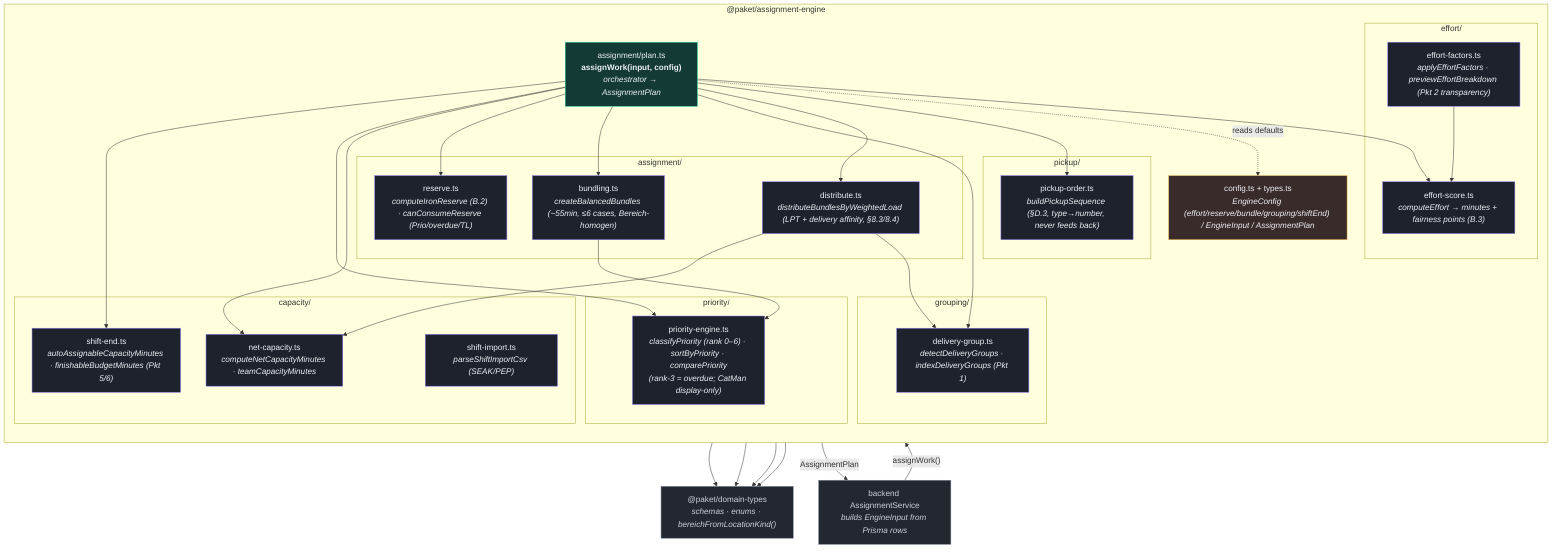
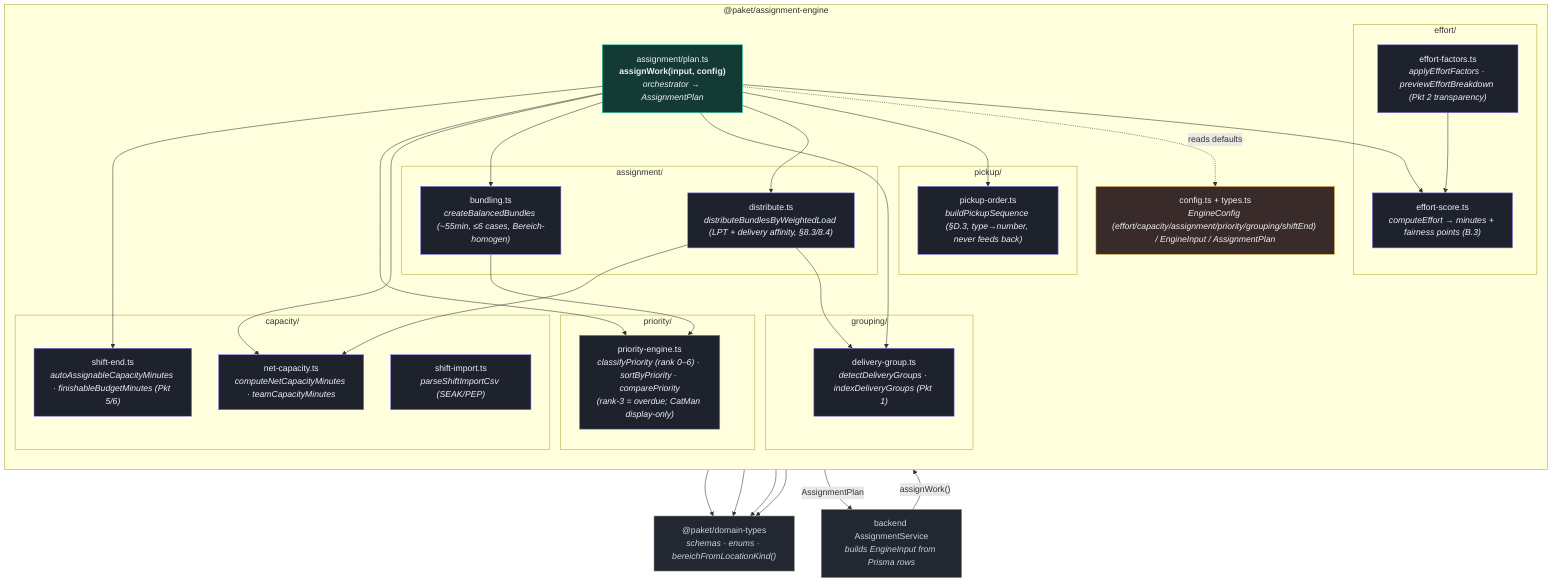
%% C4 Level 3 — Components: @paket/assignment-engine (pure, deterministic)
%% Verified against committed main: packages/assignment-engine/src/* (assignment/plan.ts orchestrator,
- %% priority/, effort/{effort-score,effort-factors}.ts, assignment/{reserve,bundling,distribute}.ts,
+ %% priority/, effort/{effort-score,effort-factors}.ts, assignment/{bundling,distribute}.ts,
%% capacity/{net-capacity,shift-import,shift-end}.ts, grouping/delivery-group.ts, pickup/, config.ts, types.ts).
flowchart TB
    classDef orch fill:#143a35,stroke:#2dd4a7,color:#eef1f6;
    classDef mod fill:#1d222c,stroke:#8b7cf6,color:#eef1f6;
    classDef io fill:#23272f,stroke:#7c8696,color:#cbd2dd;
    classDef cfg fill:#3a2b2b,stroke:#f5b955,color:#eef1f6;

    caller["backend AssignmentService<br/><i>builds EngineInput from Prisma rows</i>"]:::io

    subgraph engine["@paket/assignment-engine"]
        direction TB
        plan["assignment/plan.ts<br/><b>assignWork(input, config)</b><br/><i>orchestrator → AssignmentPlan</i>"]:::orch

        subgraph prio["priority/"]
            priEng["priority-engine.ts<br/><i>classifyPriority (rank 0–6) · sortByPriority · comparePriority<br/>(rank-3 = overdue; CatMan display-only)</i>"]:::mod
        end
        subgraph eff["effort/"]
            effSc["effort-score.ts<br/><i>computeEffort → minutes + fairness points (B.3)</i>"]:::mod
            effFac["effort-factors.ts<br/><i>applyEffortFactors · previewEffortBreakdown (Pkt 2 transparency)</i>"]:::mod
        end
        subgraph cap["capacity/"]
            netCap["net-capacity.ts<br/><i>computeNetCapacityMinutes · teamCapacityMinutes</i>"]:::mod
            shImp["shift-import.ts<br/><i>parseShiftImportCsv (SEAK/PEP)</i>"]:::mod
            shEnd["shift-end.ts<br/><i>autoAssignableCapacityMinutes · finishableBudgetMinutes (Pkt 5/6)</i>"]:::mod
        end
        subgraph asg["assignment/"]
-             reserve["reserve.ts<br/><i>computeIronReserve (B.2) · canConsumeReserve (Prio/overdue/TL)</i>"]:::mod
            bundling["bundling.ts<br/><i>createBalancedBundles (~55min, ≤6 cases, Bereich-homogen)</i>"]:::mod
            distribute["distribute.ts<br/><i>distributeBundlesByWeightedLoad (LPT + delivery affinity, §8.3/8.4)</i>"]:::mod
        end
        subgraph grp["grouping/"]
            delivery["delivery-group.ts<br/><i>detectDeliveryGroups · indexDeliveryGroups (Pkt 1)</i>"]:::mod
        end
        subgraph pck["pickup/"]
            pickup["pickup-order.ts<br/><i>buildPickupSequence (§D.3, type→number, never feeds back)</i>"]:::mod
        end
-         config["config.ts + types.ts<br/><i>EngineConfig (effort/reserve/bundle/grouping/shiftEnd) / EngineInput / AssignmentPlan</i>"]:::cfg
+         config["config.ts + types.ts<br/><i>EngineConfig (effort/capacity/assignment/priority/grouping/shiftEnd) / EngineInput / AssignmentPlan</i>"]:::cfg
    end

    types["@paket/domain-types<br/><i>schemas · enums · bereichFromLocationKind()</i>"]:::io

    caller -->|"assignWork()"| plan
    plan --> shEnd
    plan --> priEng
    plan --> effSc
    plan --> netCap
-     plan --> reserve
    plan --> bundling
    plan --> delivery
    plan --> distribute
    plan --> pickup
    bundling --> priEng
    distribute --> netCap
    distribute --> delivery
    plan -. "reads defaults" .-> config
    priEng --> types
    effSc --> types
    effFac --> effSc
    pickup --> types
    config --> types
    plan -->|"AssignmentPlan"| caller
